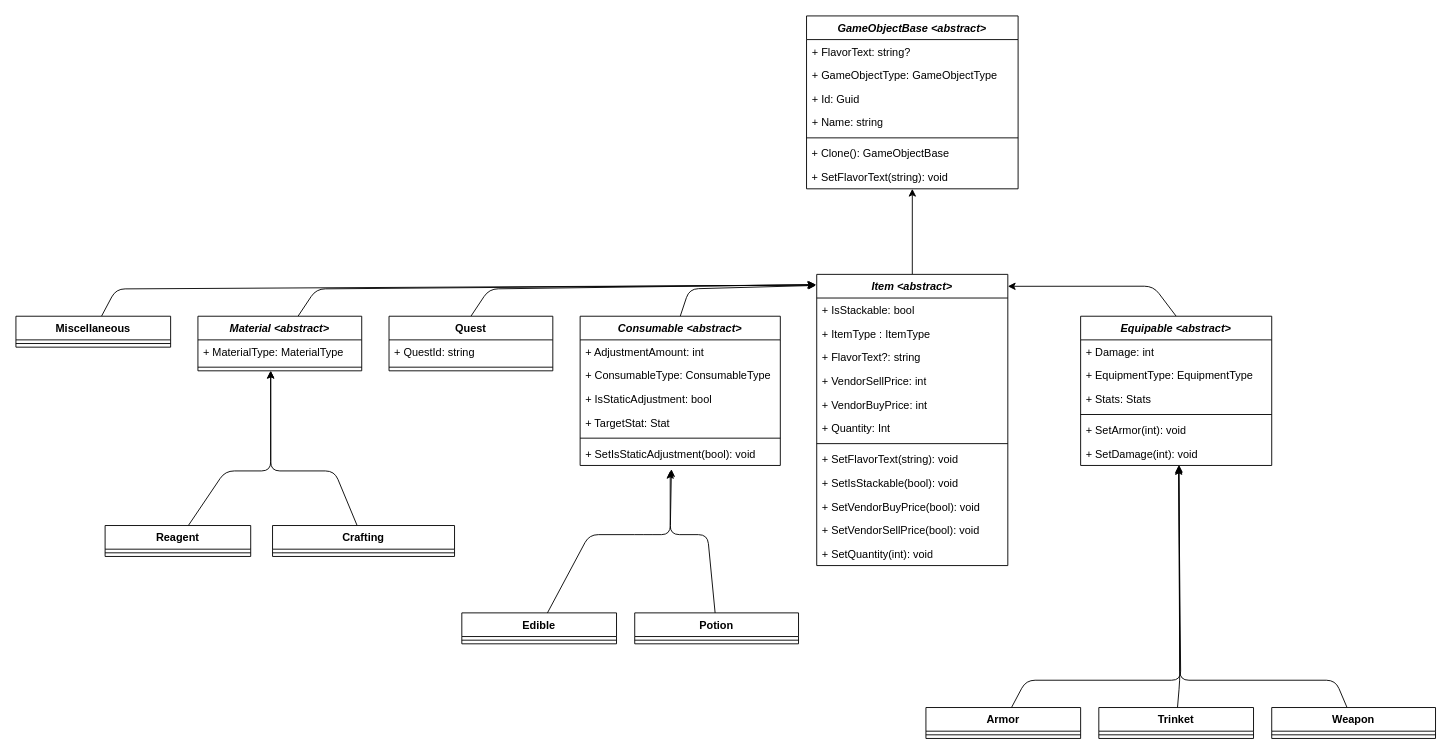
Earlier version of the draw.io diagram docs/design/domain_models/items.drawio (scottfalbo/GameEngine). Source tidied: cells renumbered, new cells numbered last; positions are measured from the earlier drawing's top-left corner, leaving out a move shared by most shapes. Both pictures are drawn from the tidied source at 91%, with x=0, y=0 at pixel (15, 15).
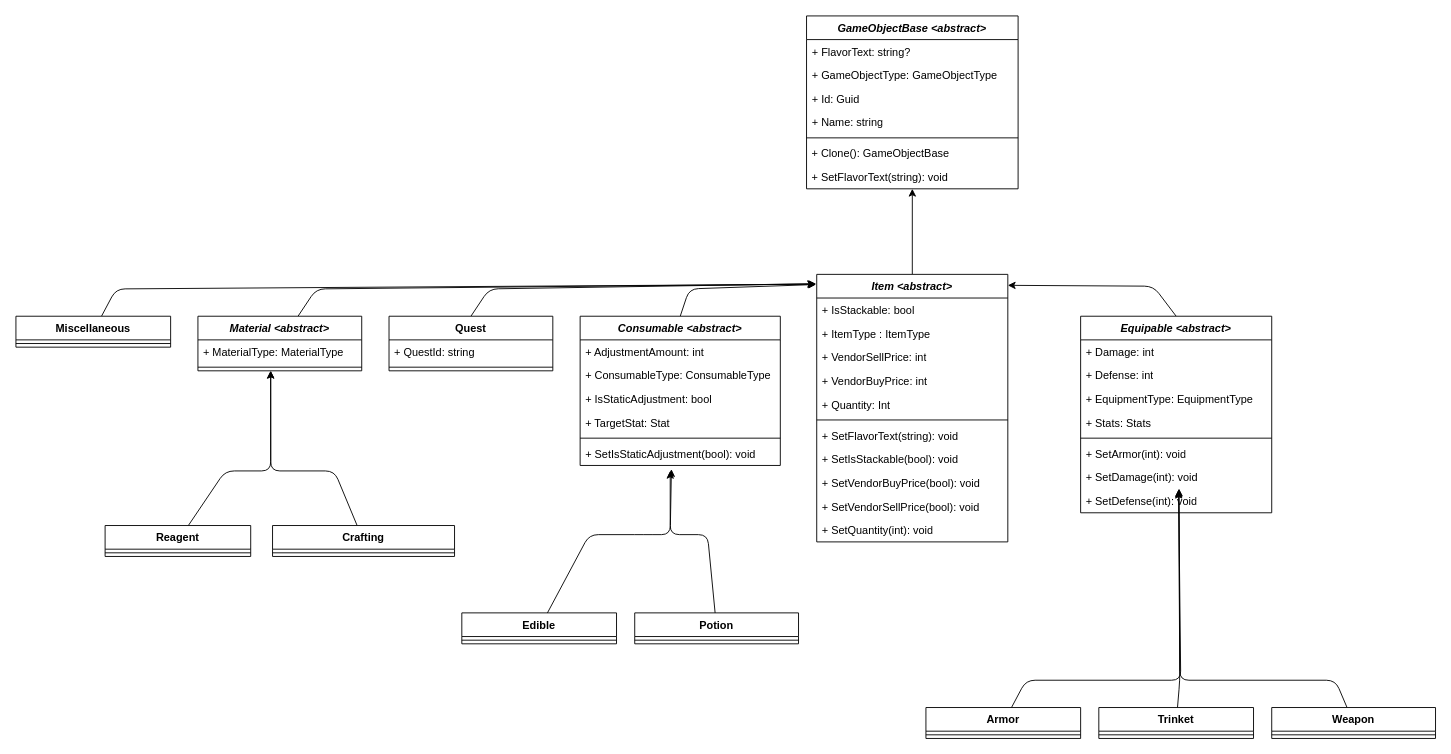
After the change.

The edit, as a diff of the source:
```diff
@@
     <mxCell id="3" value="&lt;i style=&quot;&quot;&gt;Item&lt;/i&gt;&lt;i style=&quot;&quot;&gt; &amp;lt;abstract&amp;gt;&lt;/i&gt;" style="swimlane;fontStyle=1;align=center;verticalAlign=top;horizontal=1;startSize=26;whiteSpace=wrap;html=1;" parent="1" vertex="1">
-      <mxGeometry x="880" y="284" width="210" height="320" as="geometry" />
+      <mxGeometry x="880" y="284" width="210" height="294" as="geometry" />
     </mxCell>
@@
-    <mxCell id="6" value="+ FlavorText?: string" style="text;strokeColor=none;fillColor=none;align=left;verticalAlign=top;spacingLeft=4;spacingRight=4;overflow=hidden;whiteSpace=wrap;html=1;" parent="3" vertex="1">
-      <mxGeometry y="78" width="210" height="26" as="geometry" />
-    </mxCell>
     <mxCell id="7" value="+ VendorSellPrice: int" style="text;strokeColor=none;fillColor=none;align=left;verticalAlign=top;spacingLeft=4;spacingRight=4;overflow=hidden;whiteSpace=wrap;html=1;" parent="3" vertex="1">
-      <mxGeometry y="104" width="210" height="26" as="geometry" />
+      <mxGeometry y="78" width="210" height="26" as="geometry" />
     </mxCell>
     <mxCell id="8" value="+ VendorBuyPrice: int" style="text;strokeColor=none;fillColor=none;align=left;verticalAlign=top;spacingLeft=4;spacingRight=4;overflow=hidden;" parent="3" vertex="1">
-      <mxGeometry y="130" width="210" height="26" as="geometry" />
+      <mxGeometry y="104" width="210" height="26" as="geometry" />
     </mxCell>
     <mxCell id="9" value="+ Quantity: Int" style="text;strokeColor=none;fillColor=none;align=left;verticalAlign=top;spacingLeft=4;spacingRight=4;overflow=hidden;whiteSpace=wrap;html=1;" parent="3" vertex="1">
-      <mxGeometry y="156" width="210" height="26" as="geometry" />
+      <mxGeometry y="130" width="210" height="26" as="geometry" />
     </mxCell>
     <mxCell id="10" style="line;strokeWidth=1;fillColor=none;align=left;verticalAlign=middle;spacingTop=-1;spacingLeft=3;spacingRight=3;labelPosition=right;strokeColor=inherit;" parent="3" vertex="1">
-      <mxGeometry y="182" width="210" height="8" as="geometry" />
+      <mxGeometry y="156" width="210" height="8" as="geometry" />
     </mxCell>
     <mxCell id="11" value="+ SetFlavorText(string): void" style="text;strokeColor=none;fillColor=none;align=left;verticalAlign=top;spacingLeft=4;spacingRight=4;overflow=hidden;whiteSpace=wrap;html=1;" parent="3" vertex="1">
-      <mxGeometry y="190" width="210" height="26" as="geometry" />
+      <mxGeometry y="164" width="210" height="26" as="geometry" />
     </mxCell>
     <mxCell id="12" value="+ SetIsStackable(bool): void" style="text;strokeColor=none;fillColor=none;align=left;verticalAlign=top;spacingLeft=4;spacingRight=4;overflow=hidden;whiteSpace=wrap;html=1;" parent="3" vertex="1">
-      <mxGeometry y="216" width="210" height="26" as="geometry" />
+      <mxGeometry y="190" width="210" height="26" as="geometry" />
     </mxCell>
     <mxCell id="13" value="+ Set&lt;span style=&quot;&quot;&gt;VendorBuyPrice&lt;/span&gt;(bool): void" style="text;strokeColor=none;fillColor=none;align=left;verticalAlign=top;spacingLeft=4;spacingRight=4;overflow=hidden;whiteSpace=wrap;html=1;" parent="3" vertex="1">
-      <mxGeometry y="242" width="210" height="26" as="geometry" />
+      <mxGeometry y="216" width="210" height="26" as="geometry" />
     </mxCell>
     <mxCell id="14" value="+ Set&lt;span style=&quot;&quot;&gt;VendorSellPrice&lt;/span&gt;(bool): void" style="text;strokeColor=none;fillColor=none;align=left;verticalAlign=top;spacingLeft=4;spacingRight=4;overflow=hidden;whiteSpace=wrap;html=1;" parent="3" vertex="1">
-      <mxGeometry y="268" width="210" height="26" as="geometry" />
+      <mxGeometry y="242" width="210" height="26" as="geometry" />
     </mxCell>
     <mxCell id="15" value="+ SetQuantity(int): void" style="text;strokeColor=none;fillColor=none;align=left;verticalAlign=top;spacingLeft=4;spacingRight=4;overflow=hidden;whiteSpace=wrap;html=1;" parent="3" vertex="1">
-      <mxGeometry y="294" width="210" height="26" as="geometry" />
+      <mxGeometry y="268" width="210" height="26" as="geometry" />
     </mxCell>
@@
     <mxCell id="17" value="&lt;i&gt;Equipable &amp;lt;abstract&amp;gt;&lt;/i&gt;" style="swimlane;fontStyle=1;align=center;verticalAlign=top;horizontal=1;startSize=26;whiteSpace=wrap;html=1;" parent="1" vertex="1">
-      <mxGeometry x="1170" y="330" width="210" height="164" as="geometry" />
+      <mxGeometry x="1170" y="330" width="210" height="216" as="geometry" />
     </mxCell>
@@
+    <mxCell id="72" value="+ Defense: int" style="text;strokeColor=none;fillColor=none;align=left;verticalAlign=top;spacingLeft=4;spacingRight=4;overflow=hidden;whiteSpace=wrap;html=1;" parent="17" vertex="1">
+      <mxGeometry y="52" width="210" height="26" as="geometry" />
+    </mxCell>
     <mxCell id="19" value="+ EquipmentType: EquipmentType" style="text;strokeColor=none;fillColor=none;align=left;verticalAlign=top;spacingLeft=4;spacingRight=4;overflow=hidden;whiteSpace=wrap;html=1;" parent="17" vertex="1">
-      <mxGeometry y="52" width="210" height="26" as="geometry" />
+      <mxGeometry y="78" width="210" height="26" as="geometry" />
     </mxCell>
     <mxCell id="20" value="+ Stats: Stats" style="text;strokeColor=none;fillColor=none;align=left;verticalAlign=top;spacingLeft=4;spacingRight=4;overflow=hidden;whiteSpace=wrap;html=1;" parent="17" vertex="1">
-      <mxGeometry y="78" width="210" height="26" as="geometry" />
+      <mxGeometry y="104" width="210" height="26" as="geometry" />
     </mxCell>
     <mxCell id="21" style="line;strokeWidth=1;fillColor=none;align=left;verticalAlign=middle;spacingTop=-1;spacingLeft=3;spacingRight=3;labelPosition=right;strokeColor=inherit;" parent="17" vertex="1">
-      <mxGeometry y="104" width="210" height="8" as="geometry" />
+      <mxGeometry y="130" width="210" height="8" as="geometry" />
     </mxCell>
     <mxCell id="22" value="+ SetArmor(int): void" style="text;strokeColor=none;fillColor=none;align=left;verticalAlign=top;spacingLeft=4;spacingRight=4;overflow=hidden;whiteSpace=wrap;html=1;" parent="17" vertex="1">
-      <mxGeometry y="112" width="210" height="26" as="geometry" />
+      <mxGeometry y="138" width="210" height="26" as="geometry" />
     </mxCell>
     <mxCell id="23" value="+ SetDamage(int): void" style="text;strokeColor=none;fillColor=none;align=left;verticalAlign=top;spacingLeft=4;spacingRight=4;overflow=hidden;points=[[0,0.5],[1,0.5]];portConstraint=eastwest;whiteSpace=wrap;html=1;" parent="17" vertex="1">
-      <mxGeometry y="138" width="210" height="26" as="geometry" />
+      <mxGeometry y="164" width="210" height="26" as="geometry" />
     </mxCell>
+    <mxCell id="73" value="+ SetDefense(int): void" style="text;strokeColor=none;fillColor=none;align=left;verticalAlign=top;spacingLeft=4;spacingRight=4;overflow=hidden;whiteSpace=wrap;html=1;" parent="17" vertex="1">
+      <mxGeometry y="190" width="210" height="26" as="geometry" />
+    </mxCell>
```
